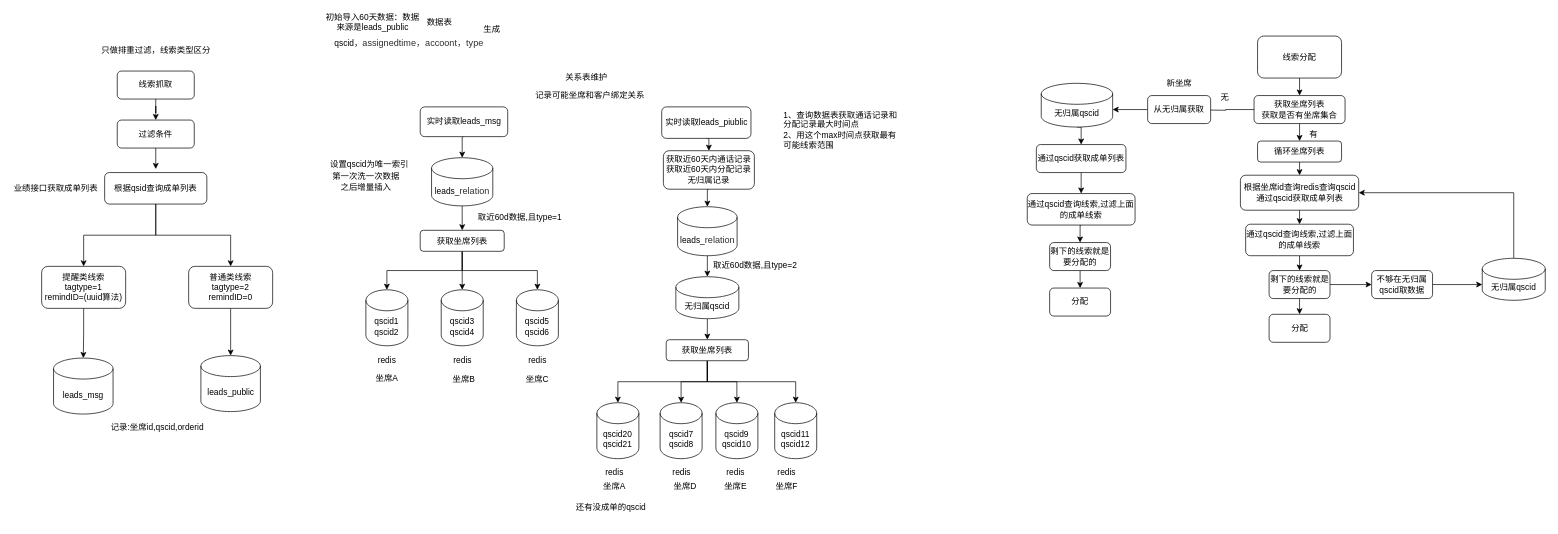
This is 需求方案.drawio from jilinhao/test, a draw.io file, before an edit. Source tidied: cells renumbered, new cells numbered last; positions are measured from the earlier drawing's top-left corner, leaving out a move shared by most shapes. Both pictures are drawn from the tidied source at 70%, with x=0, y=0 at pixel (12, 15).
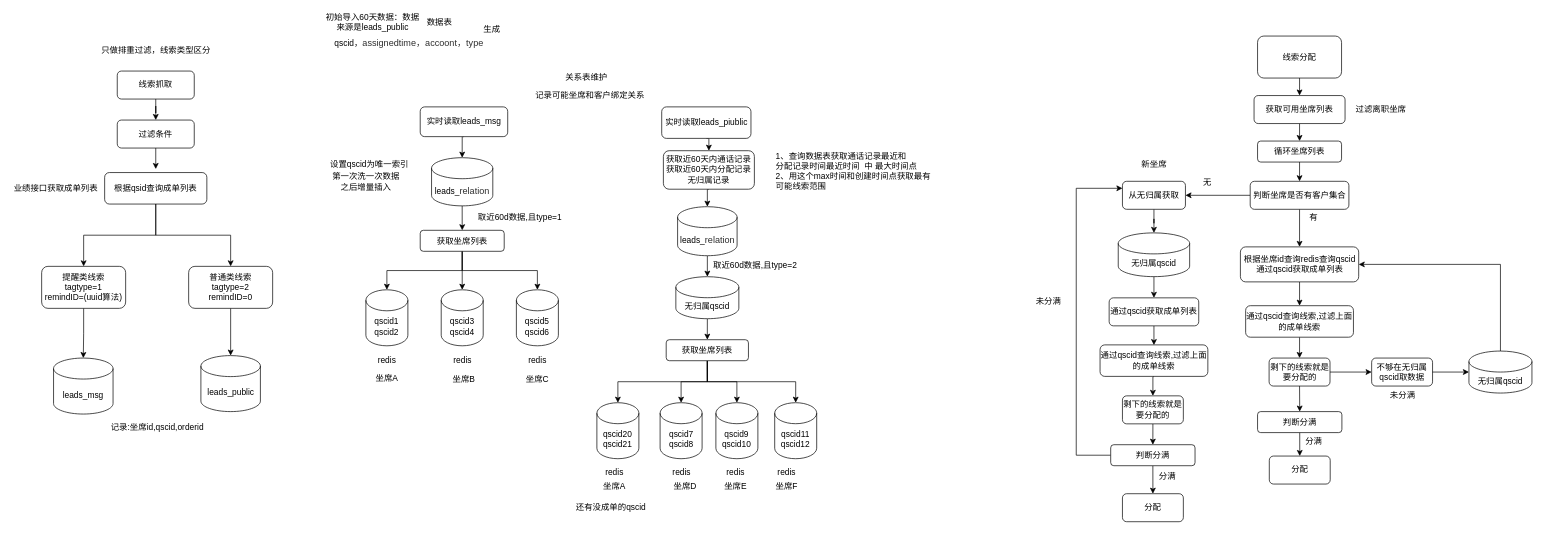
The same diagram, later.

Unchanged cells that the change refers to:
```xml
<mxCell id="71" value="循环坐席列表" style="rounded=1;whiteSpace=wrap;html=1;" parent="1" vertex="1">
  <mxGeometry x="1779" y="180" width="120" height="30" as="geometry" />
</mxCell>
```

Diff of the diagram source:
```diff
@@
-    <mxCell id="39" style="edgeStyle=orthogonalEdgeStyle;rounded=0;jettySize=auto;html=1;exitX=0;exitY=0.5;exitDx=0;exitDy=0;" parent="1" edge="1" source="40">
-      <mxGeometry relative="1" as="geometry">
-        <mxPoint x="1692" y="135.5" as="targetPoint" />
-      </mxGeometry>
-    </mxCell>
-    <mxCell id="40" value="获取坐席列表&lt;br&gt;获取是否有坐席集合" style="rounded=1;whiteSpace=wrap;html=1;" parent="1" vertex="1">
+    <mxCell id="40" value="获取可用坐席列表" style="rounded=1;whiteSpace=wrap;html=1;" parent="1" vertex="1">
       <mxGeometry x="1774" y="115" width="130" height="40" as="geometry" />
     </mxCell>
@@
-    <mxCell id="70" style="edgeStyle=orthogonalEdgeStyle;rounded=0;jettySize=auto;html=1;exitX=0.5;exitY=1;exitDx=0;exitDy=0;entryX=0.5;entryY=0;entryDx=0;entryDy=0;" parent="1" edge="1" source="71" target="75">
-      <mxGeometry relative="1" as="geometry" />
-    </mxCell>
+    <mxCell id="105" style="edgeStyle=orthogonalEdgeStyle;rounded=0;jettySize=auto;html=1;exitX=0.5;exitY=1;exitDx=0;exitDy=0;entryX=0.5;entryY=0;entryDx=0;entryDy=0;" parent="1" edge="1" source="71" target="110">
+      <mxGeometry relative="1" as="geometry" />
+    </mxCell>
@@
-    <mxCell id="72" value="有" style="text;html=1;align=center;verticalAlign=middle;" parent="1" vertex="1">
-      <mxGeometry x="1844" y="160" width="30" height="20" as="geometry" />
-    </mxCell>
-    <mxCell id="73" value="1、查询数据表获取通话记录和&lt;br&gt;分配记录最大时间点&lt;br&gt;2、用这个max时间点获取最有&lt;br&gt;可能线索范围" style="text;html=1;align=left;verticalAlign=middle;" parent="1" vertex="1">
-      <mxGeometry x="1100" y="133.8" width="180" height="60" as="geometry" />
+    <mxCell id="73" value="1、查询数据表获取通话记录最近和&lt;br&gt;分配记录时间最近时间&amp;nbsp; 中 最大时间点&lt;br&gt;2、用这个max时间和创建时间点获取最有&lt;br&gt;可能线索范围" style="text;html=1;align=left;verticalAlign=middle;" parent="1" vertex="1">
+      <mxGeometry x="1089.2" y="192.5" width="240" height="60" as="geometry" />
     </mxCell>
@@
     <mxCell id="75" value="根据坐席id查询redis查询qscid&lt;br&gt;通过qscid获取成单列表" style="rounded=1;whiteSpace=wrap;html=1;" parent="1" vertex="1">
-      <mxGeometry x="1754.5" y="228.8" width="169" height="50" as="geometry" />
+      <mxGeometry x="1754.5" y="331.2" width="169" height="50" as="geometry" />
     </mxCell>
@@
     <mxCell id="77" value="&lt;span&gt;通过qscid查询线索,过滤上面的成单线索&lt;/span&gt;" style="rounded=1;whiteSpace=wrap;html=1;" parent="1" vertex="1">
-      <mxGeometry x="1762" y="298.8" width="154" height="45" as="geometry" />
+      <mxGeometry x="1762" y="415.2" width="154" height="45" as="geometry" />
     </mxCell>
-    <mxCell id="78" style="edgeStyle=orthogonalEdgeStyle;rounded=0;jettySize=auto;html=1;exitX=0.5;exitY=1;exitDx=0;exitDy=0;" parent="1" edge="1" source="80">
-      <mxGeometry relative="1" as="geometry">
-        <mxPoint x="1839" y="427.5" as="targetPoint" />
-      </mxGeometry>
-    </mxCell>
@@
+    <mxCell id="106" style="edgeStyle=orthogonalEdgeStyle;rounded=0;jettySize=auto;html=1;exitX=0.5;exitY=1;exitDx=0;exitDy=0;entryX=0.5;entryY=0;entryDx=0;entryDy=0;" parent="1" edge="1" source="80" target="118">
+      <mxGeometry relative="1" as="geometry" />
+    </mxCell>
     <mxCell id="80" value="剩下的线索就是要分配的" style="rounded=1;whiteSpace=wrap;html=1;" parent="1" vertex="1">
-      <mxGeometry x="1795.5" y="365" width="87" height="40" as="geometry" />
+      <mxGeometry x="1795.5" y="490" width="87" height="40" as="geometry" />
     </mxCell>
@@
     <mxCell id="84" value="无归属qscid" style="shape=cylinder3;whiteSpace=wrap;html=1;boundedLbl=1;backgroundOutline=1;size=15;" parent="1" vertex="1">
-      <mxGeometry x="2100" y="347.5" width="90" height="60" as="geometry" />
+      <mxGeometry x="2081" y="480" width="90" height="60" as="geometry" />
     </mxCell>
-    <mxCell id="85" style="edgeStyle=orthogonalEdgeStyle;rounded=0;jettySize=auto;html=1;exitX=1;exitY=0.5;exitDx=0;exitDy=0;entryX=0;entryY=0;entryDx=0;entryDy=37.5;entryPerimeter=0;" parent="1" edge="1" source="86" target="84">
-      <mxGeometry relative="1" as="geometry" />
+    <mxCell id="85" style="edgeStyle=orthogonalEdgeStyle;rounded=0;orthogonalLoop=1;jettySize=auto;html=1;exitX=1;exitY=0.5;exitDx=0;exitDy=0;entryX=0;entryY=0;entryDx=0;entryDy=37.5;entryPerimeter=0;" parent="1" edge="1">
+      <mxGeometry relative="1" as="geometry">
+        <mxPoint x="2010" y="510" as="sourcePoint" />
+        <mxPoint x="2081" y="510" as="targetPoint" />
+      </mxGeometry>
     </mxCell>
     <mxCell id="86" value="不够在无归属qscid取数据" style="rounded=1;whiteSpace=wrap;html=1;" parent="1" vertex="1">
-      <mxGeometry x="1942" y="365" width="87" height="40" as="geometry" />
+      <mxGeometry x="1942" y="490" width="87" height="40" as="geometry" />
     </mxCell>
     <mxCell id="87" value="分配" style="rounded=1;whiteSpace=wrap;html=1;" parent="1" vertex="1">
-      <mxGeometry x="1795.5" y="427.5" width="87" height="40" as="geometry" />
+      <mxGeometry x="1795.8" y="630" width="87" height="40" as="geometry" />
     </mxCell>
-    <mxCell id="88" style="edgeStyle=orthogonalEdgeStyle;rounded=0;jettySize=auto;html=1;exitX=0;exitY=0.5;exitDx=0;exitDy=0;entryX=1;entryY=0;entryDx=0;entryDy=37.5;entryPerimeter=0;" parent="1" edge="1" source="89" target="92">
+    <mxCell id="88" style="edgeStyle=orthogonalEdgeStyle;rounded=0;jettySize=auto;html=1;exitX=0.5;exitY=1;exitDx=0;exitDy=0;" parent="1" edge="1" source="89" target="92">
       <mxGeometry relative="1" as="geometry" />
     </mxCell>
     <mxCell id="89" value="从无归属获取" style="rounded=1;whiteSpace=wrap;html=1;" parent="1" vertex="1">
-      <mxGeometry x="1622" y="115" width="90" height="40" as="geometry" />
+      <mxGeometry x="1586" y="237.5" width="90" height="40" as="geometry" />
     </mxCell>
     <mxCell id="90" value="无" style="text;html=1;align=center;verticalAlign=middle;" parent="1" vertex="1">
-      <mxGeometry x="1717" y="107.5" width="30" height="20" as="geometry" />
+      <mxGeometry x="1692" y="228.8" width="30" height="20" as="geometry" />
     </mxCell>
@@
     <mxCell id="92" value="无归属qscid" style="shape=cylinder3;whiteSpace=wrap;html=1;boundedLbl=1;backgroundOutline=1;size=15;" parent="1" vertex="1">
-      <mxGeometry x="1470" y="97.5" width="102" height="62.5" as="geometry" />
+      <mxGeometry x="1580" y="311.2" width="102" height="62.5" as="geometry" />
     </mxCell>
-    <mxCell id="93" style="edgeStyle=orthogonalEdgeStyle;rounded=0;jettySize=auto;html=1;exitX=0.5;exitY=1;exitDx=0;exitDy=0;entryX=0.5;entryY=0;entryDx=0;entryDy=0;" parent="1" edge="1" source="94" target="96">
-      <mxGeometry relative="1" as="geometry" />
+    <mxCell id="93" style="edgeStyle=orthogonalEdgeStyle;rounded=0;jettySize=auto;html=1;exitX=0.5;exitY=1;exitDx=0;exitDy=0;entryX=0.5;entryY=0;entryDx=0;entryDy=0;" parent="1" edge="1" source="94">
+      <mxGeometry relative="1" as="geometry">
+        <mxPoint x="1631" y="471.5" as="targetPoint" />
+      </mxGeometry>
     </mxCell>
     <mxCell id="94" value="通过qscid获取成单列表" style="rounded=1;whiteSpace=wrap;html=1;" parent="1" vertex="1">
-      <mxGeometry x="1463" y="185" width="128" height="40" as="geometry" />
+      <mxGeometry x="1567" y="404" width="128" height="40" as="geometry" />
     </mxCell>
-    <mxCell id="95" style="edgeStyle=orthogonalEdgeStyle;rounded=0;jettySize=auto;html=1;exitX=0.5;exitY=1;exitDx=0;exitDy=0;entryX=0.5;entryY=0;entryDx=0;entryDy=0;" parent="1" edge="1" source="96" target="98">
-      <mxGeometry relative="1" as="geometry" />
+    <mxCell id="95" style="edgeStyle=orthogonalEdgeStyle;rounded=0;jettySize=auto;html=1;exitX=0.5;exitY=1;exitDx=0;exitDy=0;entryX=0.5;entryY=0;entryDx=0;entryDy=0;" parent="1" edge="1" target="98">
+      <mxGeometry relative="1" as="geometry">
+        <mxPoint x="1631" y="516.5" as="sourcePoint" />
+      </mxGeometry>
     </mxCell>
     <mxCell id="96" value="&lt;span&gt;通过qscid查询线索,过滤上面的成单线索&lt;/span&gt;" style="rounded=1;whiteSpace=wrap;html=1;" parent="1" vertex="1">
-      <mxGeometry x="1450" y="255" width="154" height="45" as="geometry" />
+      <mxGeometry x="1554" y="471.2" width="154" height="45" as="geometry" />
     </mxCell>
-    <mxCell id="97" style="edgeStyle=orthogonalEdgeStyle;rounded=0;jettySize=auto;html=1;exitX=0.5;exitY=1;exitDx=0;exitDy=0;entryX=0.5;entryY=0;entryDx=0;entryDy=0;" parent="1" edge="1" source="98" target="99">
-      <mxGeometry relative="1" as="geometry" />
-    </mxCell>
+    <mxCell id="107" style="edgeStyle=orthogonalEdgeStyle;rounded=0;jettySize=auto;html=1;exitX=0.5;exitY=1;exitDx=0;exitDy=0;entryX=0.5;entryY=0;entryDx=0;entryDy=0;" parent="1" edge="1" source="98" target="114">
+      <mxGeometry relative="1" as="geometry" />
+    </mxCell>
     <mxCell id="98" value="剩下的线索就是要分配的" style="rounded=1;whiteSpace=wrap;html=1;" parent="1" vertex="1">
-      <mxGeometry x="1482" y="325" width="87" height="40" as="geometry" />
+      <mxGeometry x="1586" y="544" width="87" height="40" as="geometry" />
     </mxCell>
     <mxCell id="99" value="分配" style="rounded=1;whiteSpace=wrap;html=1;" parent="1" vertex="1">
-      <mxGeometry x="1482" y="390" width="87" height="40" as="geometry" />
+      <mxGeometry x="1586" y="683.8" width="87" height="40" as="geometry" />
     </mxCell>
     <mxCell id="100" value="新坐席" style="text;html=1;align=center;verticalAlign=middle;" parent="1" vertex="1">
-      <mxGeometry x="1642" y="87.5" width="50" height="20" as="geometry" />
+      <mxGeometry x="1606" y="203.8" width="50" height="20" as="geometry" />
     </mxCell>
@@
+    <mxCell id="108" style="edgeStyle=orthogonalEdgeStyle;rounded=0;jettySize=auto;html=1;exitX=0;exitY=0.5;exitDx=0;exitDy=0;entryX=1;entryY=0.5;entryDx=0;entryDy=0;" parent="1" edge="1" source="110" target="89">
+      <mxGeometry relative="1" as="geometry" />
+    </mxCell>
+    <mxCell id="109" style="edgeStyle=orthogonalEdgeStyle;rounded=0;jettySize=auto;html=1;exitX=0.5;exitY=1;exitDx=0;exitDy=0;" parent="1" edge="1" source="110" target="75">
+      <mxGeometry relative="1" as="geometry" />
+    </mxCell>
+    <mxCell id="110" value="&lt;span&gt;判断坐席是否有客户集合&lt;/span&gt;" style="rounded=1;whiteSpace=wrap;html=1;" parent="1" vertex="1">
+      <mxGeometry x="1768.5" y="237.5" width="141" height="40" as="geometry" />
+    </mxCell>
+    <mxCell id="72" value="有" style="text;html=1;align=center;verticalAlign=middle;" parent="1" vertex="1">
+      <mxGeometry x="1844" y="278.8" width="30" height="20" as="geometry" />
+    </mxCell>
+    <mxCell id="111" value="过滤离职坐席" style="text;html=1;align=center;verticalAlign=middle;" parent="1" vertex="1">
+      <mxGeometry x="1909.5" y="125" width="90" height="20" as="geometry" />
+    </mxCell>
+    <mxCell id="112" style="edgeStyle=orthogonalEdgeStyle;rounded=0;jettySize=auto;html=1;exitX=0;exitY=0.5;exitDx=0;exitDy=0;entryX=0;entryY=0.25;entryDx=0;entryDy=0;" parent="1" edge="1" source="114" target="89">
+      <mxGeometry relative="1" as="geometry">
+        <Array as="points">
+          <mxPoint x="1520" y="629" />
+          <mxPoint x="1520" y="248" />
+        </Array>
+      </mxGeometry>
+    </mxCell>
+    <mxCell id="113" style="edgeStyle=orthogonalEdgeStyle;rounded=0;jettySize=auto;html=1;exitX=0.5;exitY=1;exitDx=0;exitDy=0;entryX=0.5;entryY=0;entryDx=0;entryDy=0;" parent="1" edge="1" source="114" target="99">
+      <mxGeometry relative="1" as="geometry" />
+    </mxCell>
+    <mxCell id="114" value="判断分满" style="rounded=1;whiteSpace=wrap;html=1;" parent="1" vertex="1">
+      <mxGeometry x="1569.2" y="613.8" width="120.5" height="30" as="geometry" />
+    </mxCell>
+    <mxCell id="115" value="未分满" style="text;html=1;align=center;verticalAlign=middle;" parent="1" vertex="1">
+      <mxGeometry x="1455" y="400" width="50" height="20" as="geometry" />
+    </mxCell>
+    <mxCell id="116" value="分满" style="text;html=1;align=center;verticalAlign=middle;" parent="1" vertex="1">
+      <mxGeometry x="1630" y="650" width="40" height="20" as="geometry" />
+    </mxCell>
+    <mxCell id="117" style="edgeStyle=orthogonalEdgeStyle;rounded=0;jettySize=auto;html=1;exitX=0.5;exitY=1;exitDx=0;exitDy=0;entryX=0.5;entryY=0;entryDx=0;entryDy=0;" parent="1" edge="1" source="118" target="87">
+      <mxGeometry relative="1" as="geometry" />
+    </mxCell>
+    <mxCell id="118" value="判断分满" style="rounded=1;whiteSpace=wrap;html=1;" parent="1" vertex="1">
+      <mxGeometry x="1779" y="566.5" width="120.5" height="30" as="geometry" />
+    </mxCell>
+    <mxCell id="119" value="分满" style="text;html=1;align=center;verticalAlign=middle;" parent="1" vertex="1">
+      <mxGeometry x="1839" y="600" width="40" height="20" as="geometry" />
+    </mxCell>
+    <mxCell id="120" value="未分满" style="text;html=1;align=center;verticalAlign=middle;" parent="1" vertex="1">
+      <mxGeometry x="1960.5" y="533.8" width="50" height="20" as="geometry" />
+    </mxCell>
```
